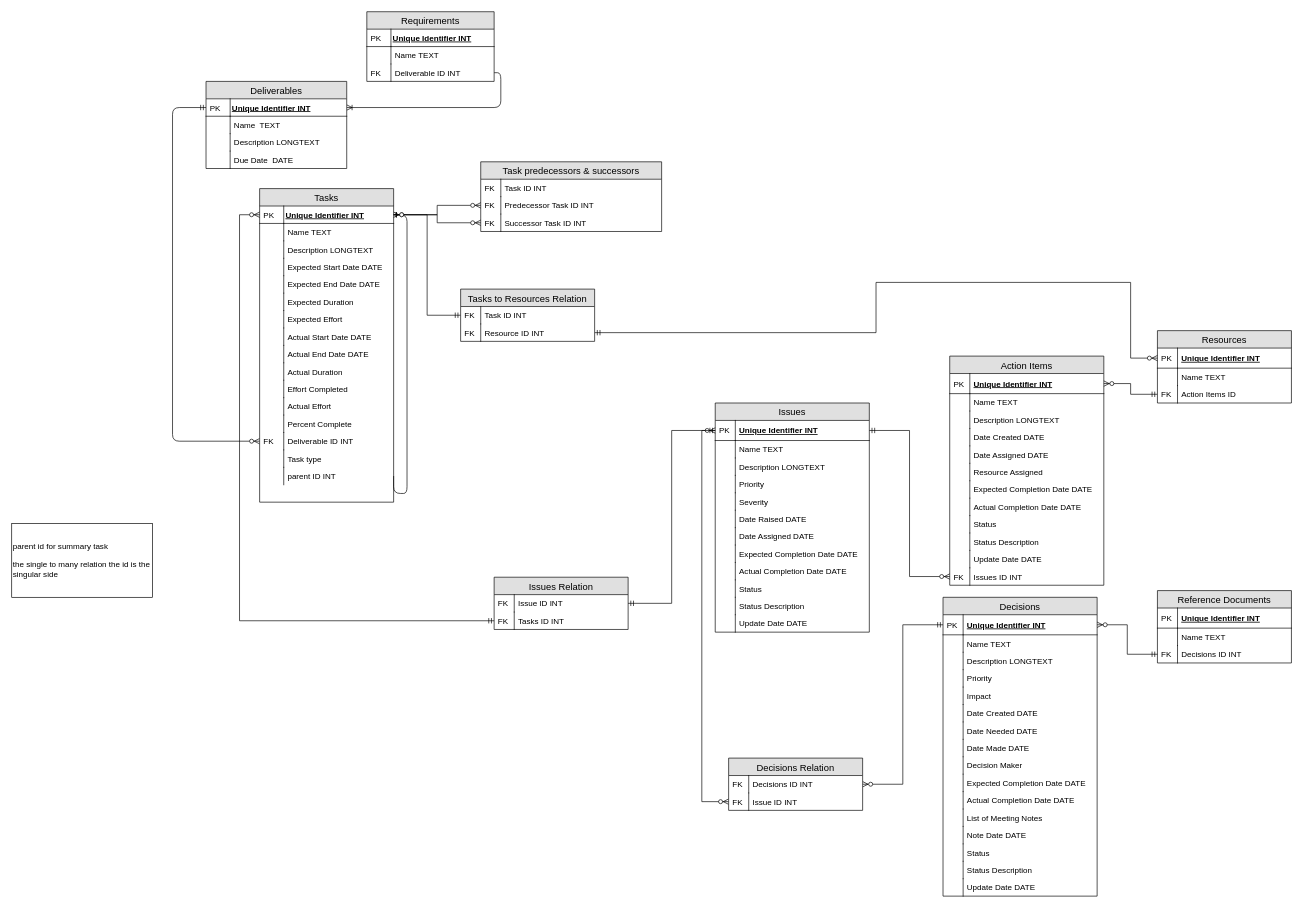
This is ERD.drawio from alicebalayan/comp380---project3, a draw.io file, before an edit. Source tidied: cells renumbered, new cells numbered last; positions are measured from the earlier drawing's top-left corner, leaving out a move shared by most shapes. Both pictures are drawn from the tidied source at 67%, with x=0, y=0 at pixel (11, 11).
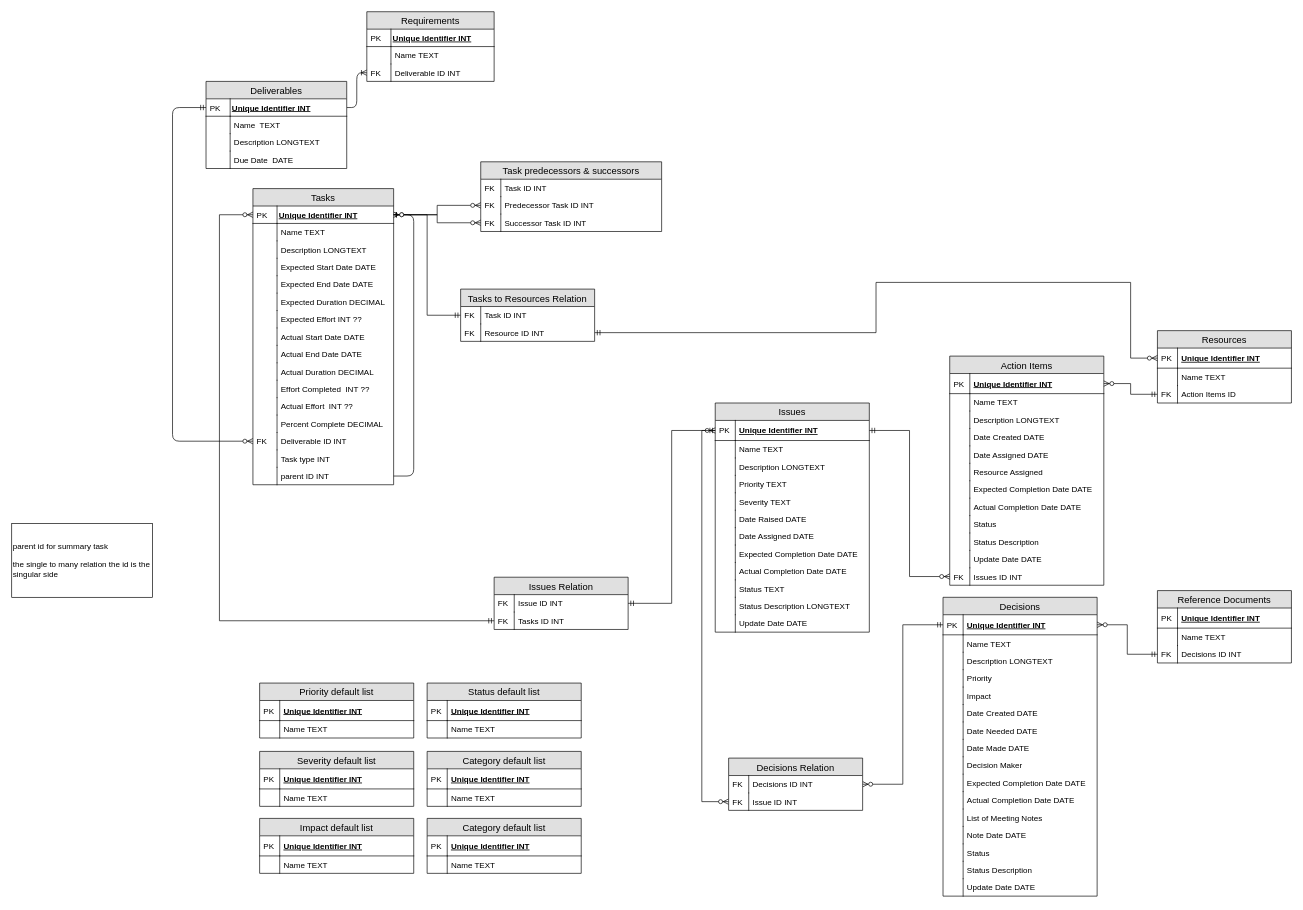
The same diagram, later.

The change refers to these unchanged cells:
```xml
<mxCell id="2" value="Issues" style="swimlane;fontStyle=0;horizontal=1;startSize=26;fillColor=#e0e0e0;swimlaneFillColor=#ffffff;align=center;fontSize=14;" parent="1" vertex="1">
  <mxGeometry x="1050" y="584" width="230" height="342" as="geometry" />
</mxCell>
<mxCell id="97" value="Tasks ID INT" style="shape=partialRectangle;top=0;left=0;right=0;bottom=0;align=left;verticalAlign=top;fillColor=none;spacingLeft=34;spacingRight=4;overflow=hidden;points=[[0,0.5],[1,0.5]];portConstraint=eastwest;fontSize=12;" parent="94" vertex="1">
  <mxGeometry y="52" width="200" height="26" as="geometry" />
</mxCell>
<mxCell id="136" value="Unique Identifier INT" style="shape=partialRectangle;top=0;left=0;right=0;bottom=1;align=left;verticalAlign=middle;fillColor=none;spacingLeft=37;spacingRight=4;overflow=hidden;points=[[0,0.5],[1,0.5]];portConstraint=eastwest;fontStyle=5;" parent="135" vertex="1">
  <mxGeometry y="26" width="210" height="26" as="geometry" />
</mxCell>
<mxCell id="166" value="Deliverable ID INT" style="shape=partialRectangle;top=0;left=0;right=0;bottom=0;align=left;verticalAlign=top;fillColor=none;spacingLeft=40;spacingRight=4;overflow=hidden;points=[[0,0.5],[1,0.5]];portConstraint=eastwest;rounded=0;shadow=0;strokeWidth=1;" parent="161" vertex="1">
  <mxGeometry y="78" width="190" height="26" as="geometry" />
</mxCell>
```

The edit, as a diff of the source:
```diff
@@
-    <mxCell id="9" value="Priority" style="shape=partialRectangle;top=0;left=0;right=0;bottom=0;align=left;verticalAlign=top;fillColor=none;spacingLeft=34;spacingRight=4;overflow=hidden;fontSize=12;" parent="2" vertex="1">
+    <mxCell id="9" value="Priority TEXT" style="shape=partialRectangle;top=0;left=0;right=0;bottom=0;align=left;verticalAlign=top;fillColor=none;spacingLeft=34;spacingRight=4;overflow=hidden;fontSize=12;" parent="2" vertex="1">
       <mxGeometry y="108" width="230" height="26" as="geometry" />
     </mxCell>
@@
-    <mxCell id="11" value="Severity" style="shape=partialRectangle;top=0;left=0;right=0;bottom=0;align=left;verticalAlign=top;fillColor=none;spacingLeft=34;spacingRight=4;overflow=hidden;fontSize=12;" parent="2" vertex="1">
+    <mxCell id="11" value="Severity TEXT" style="shape=partialRectangle;top=0;left=0;right=0;bottom=0;align=left;verticalAlign=top;fillColor=none;spacingLeft=34;spacingRight=4;overflow=hidden;fontSize=12;" parent="2" vertex="1">
       <mxGeometry y="134" width="230" height="26" as="geometry" />
     </mxCell>
@@
-    <mxCell id="21" value="Status" style="shape=partialRectangle;top=0;left=0;right=0;bottom=0;align=left;verticalAlign=top;fillColor=none;spacingLeft=34;spacingRight=4;overflow=hidden;fontSize=12;" parent="2" vertex="1">
+    <mxCell id="21" value="Status TEXT" style="shape=partialRectangle;top=0;left=0;right=0;bottom=0;align=left;verticalAlign=top;fillColor=none;spacingLeft=34;spacingRight=4;overflow=hidden;fontSize=12;" parent="2" vertex="1">
       <mxGeometry y="264" width="230" height="26" as="geometry" />
     </mxCell>
@@
-    <mxCell id="23" value="Status Description" style="shape=partialRectangle;top=0;left=0;right=0;bottom=0;align=left;verticalAlign=top;fillColor=none;spacingLeft=34;spacingRight=4;overflow=hidden;fontSize=12;" parent="2" vertex="1">
+    <mxCell id="23" value="Status Description LONGTEXT" style="shape=partialRectangle;top=0;left=0;right=0;bottom=0;align=left;verticalAlign=top;fillColor=none;spacingLeft=34;spacingRight=4;overflow=hidden;fontSize=12;" parent="2" vertex="1">
       <mxGeometry y="290" width="230" height="26" as="geometry" />
     </mxCell>
@@
-    <mxCell id="27" style="edgeStyle=orthogonalEdgeStyle;fontSize=12;html=1;endArrow=ERoneToMany;exitX=1;exitY=0.5;exitDx=0;exitDy=0;entryX=1;entryY=0.5;entryDx=0;entryDy=0;endFill=0;" parent="1" edge="1" source="166" target="136">
+    <mxCell id="27" style="edgeStyle=orthogonalEdgeStyle;fontSize=12;html=1;endArrow=ERoneToMany;entryX=0;entryY=0.5;entryDx=0;entryDy=0;endFill=0;exitX=1;exitY=0.5;exitDx=0;exitDy=0;" parent="1" edge="1" source="136" target="166">
       <mxGeometry relative="1" as="geometry" />
     </mxCell>
@@
     <mxCell id="99" value="Tasks" style="swimlane;fontStyle=0;horizontal=1;startSize=26;fontSize=14;fillColor=#e0e0e0;swimlaneFillColor=#ffffff;" parent="1" vertex="1">
-      <mxGeometry x="370" y="264" width="200" height="468" as="geometry" />
+      <mxGeometry x="360" y="264" width="210" height="442" as="geometry" />
     </mxCell>
     <mxCell id="100" value="Unique Identifier INT" style="shape=partialRectangle;top=0;left=0;right=0;bottom=1;align=left;verticalAlign=middle;fillColor=none;spacingLeft=37;spacingRight=4;overflow=hidden;points=[[0,0.5],[1,0.5]];portConstraint=eastwest;fontStyle=5;" parent="99" vertex="1">
-      <mxGeometry y="26" width="200" height="26" as="geometry" />
+      <mxGeometry y="26" width="210" height="26" as="geometry" />
     </mxCell>
@@
     <mxCell id="102" value="Name  TEXT" style="shape=partialRectangle;top=0;left=0;right=0;bottom=0;align=left;verticalAlign=top;fillColor=none;spacingLeft=40;spacingRight=4;overflow=hidden;rounded=0;shadow=0;strokeWidth=1;" parent="99" vertex="1">
-      <mxGeometry y="52" width="200" height="26" as="geometry" />
+      <mxGeometry y="52" width="210" height="26" as="geometry" />
     </mxCell>
@@
     <mxCell id="104" value="Description LONGTEXT" style="shape=partialRectangle;top=0;left=0;right=0;bottom=0;align=left;verticalAlign=top;fillColor=none;spacingLeft=40;spacingRight=4;overflow=hidden;rounded=0;shadow=0;strokeWidth=1;" parent="99" vertex="1">
-      <mxGeometry y="78" width="200" height="26" as="geometry" />
+      <mxGeometry y="78" width="210" height="26" as="geometry" />
     </mxCell>
@@
     <mxCell id="106" value="Expected Start Date DATE" style="shape=partialRectangle;top=0;left=0;right=0;bottom=0;align=left;verticalAlign=top;fillColor=none;spacingLeft=40;spacingRight=4;overflow=hidden;rounded=0;shadow=0;strokeWidth=1;" parent="99" vertex="1">
-      <mxGeometry y="104" width="200" height="26" as="geometry" />
+      <mxGeometry y="104" width="210" height="26" as="geometry" />
     </mxCell>
@@
     <mxCell id="108" value="Expected End Date DATE" style="shape=partialRectangle;top=0;left=0;right=0;bottom=0;align=left;verticalAlign=top;fillColor=none;spacingLeft=40;spacingRight=4;overflow=hidden;rounded=0;shadow=0;strokeWidth=1;" parent="99" vertex="1">
-      <mxGeometry y="130" width="200" height="26" as="geometry" />
+      <mxGeometry y="130" width="210" height="26" as="geometry" />
     </mxCell>
@@
-    <mxCell id="110" value="Expected Duration" style="shape=partialRectangle;top=0;left=0;right=0;bottom=0;align=left;verticalAlign=top;fillColor=none;spacingLeft=40;spacingRight=4;overflow=hidden;rounded=0;shadow=0;strokeWidth=1;" parent="99" vertex="1">
-      <mxGeometry y="156" width="200" height="26" as="geometry" />
+    <mxCell id="110" value="Expected Duration DECIMAL" style="shape=partialRectangle;top=0;left=0;right=0;bottom=0;align=left;verticalAlign=top;fillColor=none;spacingLeft=40;spacingRight=4;overflow=hidden;rounded=0;shadow=0;strokeWidth=1;" parent="99" vertex="1">
+      <mxGeometry y="156" width="210" height="26" as="geometry" />
     </mxCell>
@@
-    <mxCell id="112" value="Expected Effort" style="shape=partialRectangle;top=0;left=0;right=0;bottom=0;align=left;verticalAlign=top;fillColor=none;spacingLeft=40;spacingRight=4;overflow=hidden;rounded=0;shadow=0;strokeWidth=1;" parent="99" vertex="1">
-      <mxGeometry y="182" width="200" height="26" as="geometry" />
+    <mxCell id="112" value="Expected Effort INT ??" style="shape=partialRectangle;top=0;left=0;right=0;bottom=0;align=left;verticalAlign=top;fillColor=none;spacingLeft=40;spacingRight=4;overflow=hidden;rounded=0;shadow=0;strokeWidth=1;" parent="99" vertex="1">
+      <mxGeometry y="182" width="210" height="26" as="geometry" />
     </mxCell>
@@
     <mxCell id="114" value="Actual Start Date DATE" style="shape=partialRectangle;top=0;left=0;right=0;bottom=0;align=left;verticalAlign=top;fillColor=none;spacingLeft=40;spacingRight=4;overflow=hidden;rounded=0;shadow=0;strokeWidth=1;" parent="99" vertex="1">
-      <mxGeometry y="208" width="200" height="26" as="geometry" />
+      <mxGeometry y="208" width="210" height="26" as="geometry" />
     </mxCell>
@@
     <mxCell id="116" value="Actual End Date DATE" style="shape=partialRectangle;top=0;left=0;right=0;bottom=0;align=left;verticalAlign=top;fillColor=none;spacingLeft=40;spacingRight=4;overflow=hidden;rounded=0;shadow=0;strokeWidth=1;" parent="99" vertex="1">
-      <mxGeometry y="234" width="200" height="26" as="geometry" />
+      <mxGeometry y="234" width="210" height="26" as="geometry" />
     </mxCell>
@@
-    <mxCell id="118" value="Actual Duration" style="shape=partialRectangle;top=0;left=0;right=0;bottom=0;align=left;verticalAlign=top;fillColor=none;spacingLeft=40;spacingRight=4;overflow=hidden;rounded=0;shadow=0;strokeWidth=1;" parent="99" vertex="1">
-      <mxGeometry y="260" width="200" height="26" as="geometry" />
+    <mxCell id="118" value="Actual Duration DECIMAL" style="shape=partialRectangle;top=0;left=0;right=0;bottom=0;align=left;verticalAlign=top;fillColor=none;spacingLeft=40;spacingRight=4;overflow=hidden;rounded=0;shadow=0;strokeWidth=1;" parent="99" vertex="1">
+      <mxGeometry y="260" width="210" height="26" as="geometry" />
     </mxCell>
@@
-    <mxCell id="120" value="Effort Completed" style="shape=partialRectangle;top=0;left=0;right=0;bottom=0;align=left;verticalAlign=top;fillColor=none;spacingLeft=40;spacingRight=4;overflow=hidden;rounded=0;shadow=0;strokeWidth=1;" parent="99" vertex="1">
-      <mxGeometry y="286" width="200" height="26" as="geometry" />
+    <mxCell id="120" value="Effort Completed  INT ??" style="shape=partialRectangle;top=0;left=0;right=0;bottom=0;align=left;verticalAlign=top;fillColor=none;spacingLeft=40;spacingRight=4;overflow=hidden;rounded=0;shadow=0;strokeWidth=1;" parent="99" vertex="1">
+      <mxGeometry y="286" width="210" height="26" as="geometry" />
     </mxCell>
@@
-    <mxCell id="122" value="Actual Effort" style="shape=partialRectangle;top=0;left=0;right=0;bottom=0;align=left;verticalAlign=top;fillColor=none;spacingLeft=40;spacingRight=4;overflow=hidden;rounded=0;shadow=0;strokeWidth=1;" parent="99" vertex="1">
-      <mxGeometry y="312" width="200" height="26" as="geometry" />
+    <mxCell id="122" value="Actual Effort  INT ??" style="shape=partialRectangle;top=0;left=0;right=0;bottom=0;align=left;verticalAlign=top;fillColor=none;spacingLeft=40;spacingRight=4;overflow=hidden;rounded=0;shadow=0;strokeWidth=1;" parent="99" vertex="1">
+      <mxGeometry y="312" width="210" height="26" as="geometry" />
     </mxCell>
@@
-    <mxCell id="124" value="Percent Complete" style="shape=partialRectangle;top=0;left=0;right=0;bottom=0;align=left;verticalAlign=top;fillColor=none;spacingLeft=40;spacingRight=4;overflow=hidden;rounded=0;shadow=0;strokeWidth=1;" parent="99" vertex="1">
-      <mxGeometry y="338" width="200" height="26" as="geometry" />
+    <mxCell id="124" value="Percent Complete DECIMAL&#10;" style="shape=partialRectangle;top=0;left=0;right=0;bottom=0;align=left;verticalAlign=top;fillColor=none;spacingLeft=40;spacingRight=4;overflow=hidden;rounded=0;shadow=0;strokeWidth=1;" parent="99" vertex="1">
+      <mxGeometry y="338" width="210" height="26" as="geometry" />
     </mxCell>
@@
     <mxCell id="126" value="Deliverable ID INT" style="shape=partialRectangle;top=0;left=0;right=0;bottom=0;align=left;verticalAlign=top;fillColor=none;spacingLeft=40;spacingRight=4;overflow=hidden;points=[[0,0.5],[1,0.5]];portConstraint=eastwest;rounded=0;shadow=0;strokeWidth=1;" parent="99" vertex="1">
-      <mxGeometry y="364" width="200" height="26" as="geometry" />
+      <mxGeometry y="364" width="210" height="26" as="geometry" />
     </mxCell>
@@
-    <mxCell id="128" value="Task type" style="shape=partialRectangle;top=0;left=0;right=0;bottom=0;align=left;verticalAlign=top;fillColor=none;spacingLeft=40;spacingRight=4;overflow=hidden;rounded=0;shadow=0;strokeWidth=1;" parent="99" vertex="1">
-      <mxGeometry y="390" width="200" height="26" as="geometry" />
+    <mxCell id="128" value="Task type INT" style="shape=partialRectangle;top=0;left=0;right=0;bottom=0;align=left;verticalAlign=top;fillColor=none;spacingLeft=40;spacingRight=4;overflow=hidden;rounded=0;shadow=0;strokeWidth=1;" parent="99" vertex="1">
+      <mxGeometry y="390" width="210" height="26" as="geometry" />
     </mxCell>
@@
     <mxCell id="130" value="parent ID INT" style="shape=partialRectangle;top=0;left=0;right=0;bottom=0;align=left;verticalAlign=top;fillColor=none;spacingLeft=40;spacingRight=4;overflow=hidden;points=[[0,0.5],[1,0.5]];portConstraint=eastwest;rounded=0;shadow=0;strokeWidth=1;" parent="99" vertex="1">
-      <mxGeometry y="416" width="200" height="26" as="geometry" />
+      <mxGeometry y="416" width="210" height="26" as="geometry" />
     </mxCell>
@@
     <mxCell id="132" style="fontSize=12;html=1;endArrow=ERzeroToOne;endFill=1;elbow=vertical;exitX=1;exitY=0.5;exitDx=0;exitDy=0;edgeStyle=orthogonalEdgeStyle;entryX=1;entryY=0.5;entryDx=0;entryDy=0;" parent="99" edge="1" source="130" target="100">
       <mxGeometry relative="1" as="geometry">
         <Array as="points">
-          <mxPoint x="220" y="455" />
-          <mxPoint x="220" y="39" />
+          <mxPoint x="240" y="429" />
+          <mxPoint x="240" y="39" />
         </Array>
       </mxGeometry>
     </mxCell>
     <mxCell id="133" style="edgeStyle=orthogonalEdgeStyle;rounded=0;jettySize=auto;html=1;exitX=0;exitY=0.5;exitDx=0;exitDy=0;entryX=0;entryY=0.5;entryDx=0;entryDy=0;startArrow=ERzeroToMany;startFill=1;endArrow=ERmandOne;endFill=0;" parent="1" edge="1" source="100" target="97">
       <mxGeometry relative="1" as="geometry">
         <Array as="points">
-          <mxPoint x="340" y="303" />
-          <mxPoint x="340" y="909" />
+          <mxPoint x="310" y="303" />
+          <mxPoint x="310" y="909" />
         </Array>
       </mxGeometry>
     </mxCell>
@@
+    <mxCell id="185" value="Status default list" style="swimlane;fontStyle=0;horizontal=1;startSize=26;fillColor=#e0e0e0;swimlaneFillColor=#ffffff;align=center;fontSize=14;" parent="1" vertex="1">
+      <mxGeometry x="620" y="1002" width="230" height="82" as="geometry" />
+    </mxCell>
+    <mxCell id="186" value="Unique Identifier INT" style="shape=partialRectangle;top=0;left=0;right=0;bottom=1;align=left;verticalAlign=middle;fillColor=none;spacingLeft=34;spacingRight=4;overflow=hidden;fontStyle=5;fontSize=12;" parent="185" vertex="1">
+      <mxGeometry y="26" width="230" height="30" as="geometry" />
+    </mxCell>
+    <mxCell id="187" value="PK" style="shape=partialRectangle;top=0;left=0;bottom=0;fillColor=none;align=left;verticalAlign=middle;spacingLeft=4;spacingRight=4;overflow=hidden;fontSize=12;" parent="186" vertex="1">
+      <mxGeometry width="30" height="30" as="geometry" />
+    </mxCell>
+    <mxCell id="188" value="Name TEXT" style="shape=partialRectangle;top=0;left=0;right=0;bottom=0;align=left;verticalAlign=top;fillColor=none;spacingLeft=34;spacingRight=4;overflow=hidden;fontSize=12;" parent="185" vertex="1">
+      <mxGeometry y="56" width="230" height="26" as="geometry" />
+    </mxCell>
+    <mxCell id="189" style="shape=partialRectangle;top=0;left=0;bottom=0;fillColor=none;align=left;verticalAlign=top;spacingLeft=4;spacingRight=4;overflow=hidden;fontSize=12;" parent="188" vertex="1">
+      <mxGeometry width="30" height="26" as="geometry" />
+    </mxCell>
+    <mxCell id="190" value="Priority default list" style="swimlane;fontStyle=0;horizontal=1;startSize=26;fillColor=#e0e0e0;swimlaneFillColor=#ffffff;align=center;fontSize=14;" parent="1" vertex="1">
+      <mxGeometry x="370" y="1002" width="230" height="82" as="geometry" />
+    </mxCell>
+    <mxCell id="191" value="Unique Identifier INT" style="shape=partialRectangle;top=0;left=0;right=0;bottom=1;align=left;verticalAlign=middle;fillColor=none;spacingLeft=34;spacingRight=4;overflow=hidden;fontStyle=5;fontSize=12;" parent="190" vertex="1">
+      <mxGeometry y="26" width="230" height="30" as="geometry" />
+    </mxCell>
+    <mxCell id="192" value="PK" style="shape=partialRectangle;top=0;left=0;bottom=0;fillColor=none;align=left;verticalAlign=middle;spacingLeft=4;spacingRight=4;overflow=hidden;fontSize=12;" parent="191" vertex="1">
+      <mxGeometry width="30" height="30" as="geometry" />
+    </mxCell>
+    <mxCell id="193" value="Name TEXT" style="shape=partialRectangle;top=0;left=0;right=0;bottom=0;align=left;verticalAlign=top;fillColor=none;spacingLeft=34;spacingRight=4;overflow=hidden;fontSize=12;" parent="190" vertex="1">
+      <mxGeometry y="56" width="230" height="26" as="geometry" />
+    </mxCell>
+    <mxCell id="194" style="shape=partialRectangle;top=0;left=0;bottom=0;fillColor=none;align=left;verticalAlign=top;spacingLeft=4;spacingRight=4;overflow=hidden;fontSize=12;" parent="193" vertex="1">
+      <mxGeometry width="30" height="26" as="geometry" />
+    </mxCell>
+    <mxCell id="195" value="Category default list" style="swimlane;fontStyle=0;horizontal=1;startSize=26;fillColor=#e0e0e0;swimlaneFillColor=#ffffff;align=center;fontSize=14;" parent="1" vertex="1">
+      <mxGeometry x="620" y="1104" width="230" height="82" as="geometry" />
+    </mxCell>
+    <mxCell id="196" value="Unique Identifier INT" style="shape=partialRectangle;top=0;left=0;right=0;bottom=1;align=left;verticalAlign=middle;fillColor=none;spacingLeft=34;spacingRight=4;overflow=hidden;fontStyle=5;fontSize=12;" parent="195" vertex="1">
+      <mxGeometry y="26" width="230" height="30" as="geometry" />
+    </mxCell>
+    <mxCell id="197" value="PK" style="shape=partialRectangle;top=0;left=0;bottom=0;fillColor=none;align=left;verticalAlign=middle;spacingLeft=4;spacingRight=4;overflow=hidden;fontSize=12;" parent="196" vertex="1">
+      <mxGeometry width="30" height="30" as="geometry" />
+    </mxCell>
+    <mxCell id="198" value="Name TEXT" style="shape=partialRectangle;top=0;left=0;right=0;bottom=0;align=left;verticalAlign=top;fillColor=none;spacingLeft=34;spacingRight=4;overflow=hidden;fontSize=12;" parent="195" vertex="1">
+      <mxGeometry y="56" width="230" height="26" as="geometry" />
+    </mxCell>
+    <mxCell id="199" style="shape=partialRectangle;top=0;left=0;bottom=0;fillColor=none;align=left;verticalAlign=top;spacingLeft=4;spacingRight=4;overflow=hidden;fontSize=12;" parent="198" vertex="1">
+      <mxGeometry width="30" height="26" as="geometry" />
+    </mxCell>
+    <mxCell id="200" value="Severity default list" style="swimlane;fontStyle=0;horizontal=1;startSize=26;fillColor=#e0e0e0;swimlaneFillColor=#ffffff;align=center;fontSize=14;" parent="1" vertex="1">
+      <mxGeometry x="370" y="1104" width="230" height="82" as="geometry" />
+    </mxCell>
+    <mxCell id="201" value="Unique Identifier INT" style="shape=partialRectangle;top=0;left=0;right=0;bottom=1;align=left;verticalAlign=middle;fillColor=none;spacingLeft=34;spacingRight=4;overflow=hidden;fontStyle=5;fontSize=12;" parent="200" vertex="1">
+      <mxGeometry y="26" width="230" height="30" as="geometry" />
+    </mxCell>
+    <mxCell id="202" value="PK" style="shape=partialRectangle;top=0;left=0;bottom=0;fillColor=none;align=left;verticalAlign=middle;spacingLeft=4;spacingRight=4;overflow=hidden;fontSize=12;" parent="201" vertex="1">
+      <mxGeometry width="30" height="30" as="geometry" />
+    </mxCell>
+    <mxCell id="203" value="Name TEXT" style="shape=partialRectangle;top=0;left=0;right=0;bottom=0;align=left;verticalAlign=top;fillColor=none;spacingLeft=34;spacingRight=4;overflow=hidden;fontSize=12;" parent="200" vertex="1">
+      <mxGeometry y="56" width="230" height="26" as="geometry" />
+    </mxCell>
+    <mxCell id="204" style="shape=partialRectangle;top=0;left=0;bottom=0;fillColor=none;align=left;verticalAlign=top;spacingLeft=4;spacingRight=4;overflow=hidden;fontSize=12;" parent="203" vertex="1">
+      <mxGeometry width="30" height="26" as="geometry" />
+    </mxCell>
+    <mxCell id="205" value="Impact default list" style="swimlane;fontStyle=0;horizontal=1;startSize=26;fillColor=#e0e0e0;swimlaneFillColor=#ffffff;align=center;fontSize=14;" parent="1" vertex="1">
+      <mxGeometry x="370" y="1204" width="230" height="82" as="geometry" />
+    </mxCell>
+    <mxCell id="206" value="Unique Identifier INT" style="shape=partialRectangle;top=0;left=0;right=0;bottom=1;align=left;verticalAlign=middle;fillColor=none;spacingLeft=34;spacingRight=4;overflow=hidden;fontStyle=5;fontSize=12;" parent="205" vertex="1">
+      <mxGeometry y="26" width="230" height="30" as="geometry" />
+    </mxCell>
+    <mxCell id="207" value="PK" style="shape=partialRectangle;top=0;left=0;bottom=0;fillColor=none;align=left;verticalAlign=middle;spacingLeft=4;spacingRight=4;overflow=hidden;fontSize=12;" parent="206" vertex="1">
+      <mxGeometry width="30" height="30" as="geometry" />
+    </mxCell>
+    <mxCell id="208" value="Name TEXT" style="shape=partialRectangle;top=0;left=0;right=0;bottom=0;align=left;verticalAlign=top;fillColor=none;spacingLeft=34;spacingRight=4;overflow=hidden;fontSize=12;" parent="205" vertex="1">
+      <mxGeometry y="56" width="230" height="26" as="geometry" />
+    </mxCell>
+    <mxCell id="209" style="shape=partialRectangle;top=0;left=0;bottom=0;fillColor=none;align=left;verticalAlign=top;spacingLeft=4;spacingRight=4;overflow=hidden;fontSize=12;" parent="208" vertex="1">
+      <mxGeometry width="30" height="26" as="geometry" />
+    </mxCell>
+    <mxCell id="210" value="Category default list" style="swimlane;fontStyle=0;horizontal=1;startSize=26;fillColor=#e0e0e0;swimlaneFillColor=#ffffff;align=center;fontSize=14;" parent="1" vertex="1">
+      <mxGeometry x="620" y="1204" width="230" height="82" as="geometry" />
+    </mxCell>
+    <mxCell id="211" value="Unique Identifier INT" style="shape=partialRectangle;top=0;left=0;right=0;bottom=1;align=left;verticalAlign=middle;fillColor=none;spacingLeft=34;spacingRight=4;overflow=hidden;fontStyle=5;fontSize=12;" parent="210" vertex="1">
+      <mxGeometry y="26" width="230" height="30" as="geometry" />
+    </mxCell>
+    <mxCell id="212" value="PK" style="shape=partialRectangle;top=0;left=0;bottom=0;fillColor=none;align=left;verticalAlign=middle;spacingLeft=4;spacingRight=4;overflow=hidden;fontSize=12;" parent="211" vertex="1">
+      <mxGeometry width="30" height="30" as="geometry" />
+    </mxCell>
+    <mxCell id="213" value="Name TEXT" style="shape=partialRectangle;top=0;left=0;right=0;bottom=0;align=left;verticalAlign=top;fillColor=none;spacingLeft=34;spacingRight=4;overflow=hidden;fontSize=12;" parent="210" vertex="1">
+      <mxGeometry y="56" width="230" height="26" as="geometry" />
+    </mxCell>
+    <mxCell id="214" style="shape=partialRectangle;top=0;left=0;bottom=0;fillColor=none;align=left;verticalAlign=top;spacingLeft=4;spacingRight=4;overflow=hidden;fontSize=12;" parent="213" vertex="1">
+      <mxGeometry width="30" height="26" as="geometry" />
+    </mxCell>
```
